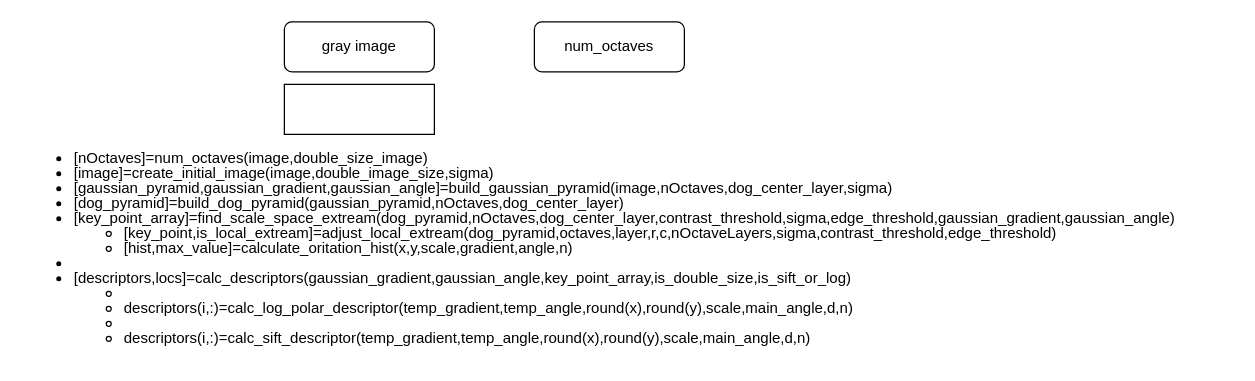
This is sift_orign.drawio from stidyhard/draw, a draw.io file, before an edit. Source tidied: cells renumbered, new cells numbered last; positions are measured from the earlier drawing's top-left corner, leaving out a move shared by most shapes. Both pictures are drawn from the tidied source at 125%, with x=0, y=0 at pixel (21, 21).
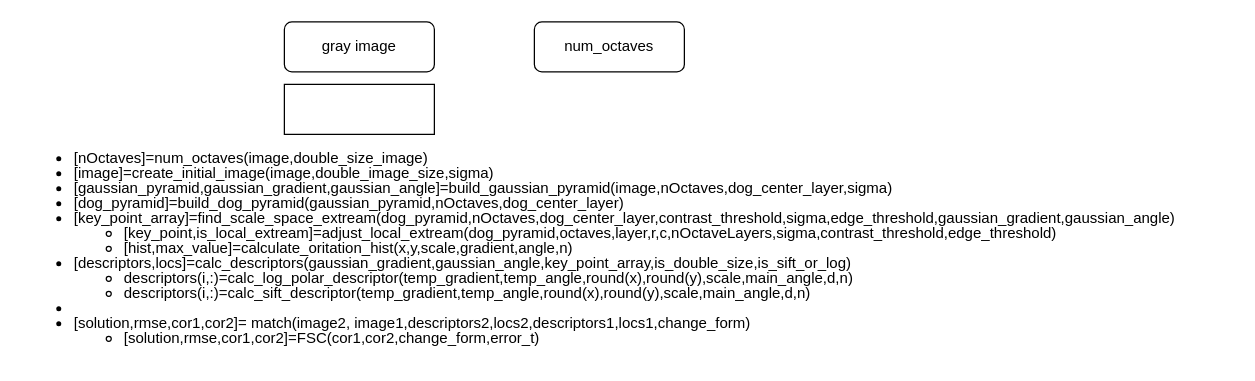
The same page after the edit.

What changed in the source:
```diff
@@
 <mxGraphModel>
   <root>
     <mxCell id="0" />
     <mxCell id="1" parent="0" />
     <mxCell id="2" value="gray image" style="rounded=1;whiteSpace=wrap;html=1;" parent="1" vertex="1">
       <mxGeometry x="210" width="120" height="40" as="geometry" />
     </mxCell>
     <mxCell id="3" value="num_octaves" style="rounded=1;whiteSpace=wrap;html=1;" parent="1" vertex="1">
       <mxGeometry x="410" width="120" height="40" as="geometry" />
     </mxCell>
     <mxCell id="4" style="rounded=0;whiteSpace=wrap;html=1;" parent="1" vertex="1">
       <mxGeometry x="210" y="50" width="120" height="40" as="geometry" />
     </mxCell>
-    <mxCell id="5" value="&lt;ul style=&quot;line-height: 100%;&quot;&gt;&lt;li&gt;[nOctaves]=num_octaves(image,double_size_image)&lt;/li&gt;&lt;li&gt;[image]=create_initial_image(image,double_image_size,sigma)&lt;/li&gt;&lt;li&gt;[gaussian_pyramid,gaussian_gradient,gaussian_angle]=build_gaussian_pyramid(image,nOctaves,dog_center_layer,sigma)&lt;/li&gt;&lt;li&gt;[dog_pyramid]=build_dog_pyramid(gaussian_pyramid,nOctaves,dog_center_layer)&lt;/li&gt;&lt;li&gt;[key_point_array]=find_scale_space_extream(dog_pyramid,nOctaves,dog_center_layer,contrast_threshold,sigma,edge_threshold,gaussian_gradient,gaussian_angle)&lt;/li&gt;&lt;ul&gt;&lt;li&gt;[key_point,is_local_extream]=adjust_local_extream(dog_pyramid,octaves,layer,r,c,nOctaveLayers,sigma,contrast_threshold,edge_threshold)&lt;/li&gt;&lt;li&gt;[hist,max_value]=calculate_oritation_hist(x,y,scale,gradient,angle,n)&lt;br&gt;&lt;/li&gt;&lt;/ul&gt;&lt;li&gt;&lt;/li&gt;&lt;li&gt;[descriptors,locs]=calc_descriptors(gaussian_gradient,gaussian_angle,key_point_array,is_double_size,is_sift_or_log)&lt;/li&gt;&lt;ul&gt;&lt;li&gt;&lt;/li&gt;&lt;li&gt;descriptors(i,:)=calc_log_polar_descriptor(temp_gradient,temp_angle,round(x),round(y),scale,main_angle,d,n)&lt;/li&gt;&lt;li&gt;&lt;/li&gt;&lt;li&gt;descriptors(i,:)=calc_sift_descriptor(temp_gradient,temp_angle,round(x),round(y),scale,main_angle,d,n)&lt;/li&gt;&lt;/ul&gt;&lt;/ul&gt;" style="text;html=1;align=left;verticalAlign=middle;whiteSpace=wrap;rounded=0;" parent="1" vertex="1">
+    <mxCell id="5" value="&lt;ul style=&quot;line-height: 100%;&quot;&gt;&lt;li&gt;[nOctaves]=num_octaves(image,double_size_image)&lt;/li&gt;&lt;li&gt;[image]=create_initial_image(image,double_image_size,sigma)&lt;/li&gt;&lt;li&gt;[gaussian_pyramid,gaussian_gradient,gaussian_angle]=build_gaussian_pyramid(image,nOctaves,dog_center_layer,sigma)&lt;/li&gt;&lt;li&gt;[dog_pyramid]=build_dog_pyramid(gaussian_pyramid,nOctaves,dog_center_layer)&lt;/li&gt;&lt;li&gt;[key_point_array]=find_scale_space_extream(dog_pyramid,nOctaves,dog_center_layer,contrast_threshold,sigma,edge_threshold,gaussian_gradient,gaussian_angle)&lt;/li&gt;&lt;ul&gt;&lt;li&gt;[key_point,is_local_extream]=adjust_local_extream(dog_pyramid,octaves,layer,r,c,nOctaveLayers,sigma,contrast_threshold,edge_threshold)&lt;/li&gt;&lt;li&gt;[hist,max_value]=calculate_oritation_hist(x,y,scale,gradient,angle,n)&lt;/li&gt;&lt;/ul&gt;&lt;li&gt;[descriptors,locs]=calc_descriptors(gaussian_gradient,gaussian_angle,key_point_array,is_double_size,is_sift_or_log)&lt;/li&gt;&lt;ul&gt;&lt;li&gt;descriptors(i,:)=calc_log_polar_descriptor(temp_gradient,temp_angle,round(x),round(y),scale,main_angle,d,n)&lt;/li&gt;&lt;li&gt;descriptors(i,:)=calc_sift_descriptor(temp_gradient,temp_angle,round(x),round(y),scale,main_angle,d,n)&lt;/li&gt;&lt;/ul&gt;&lt;li&gt;&lt;/li&gt;&lt;li&gt;[solution,rmse,cor1,cor2]= match(image2, image1,descriptors2,locs2,descriptors1,locs1,change_form)&lt;/li&gt;&lt;ul&gt;&lt;li&gt;[solution,rmse,cor1,cor2]=FSC(cor1,cor2,change_form,error_t)&lt;br&gt;&lt;/li&gt;&lt;/ul&gt;&lt;/ul&gt;" style="text;html=1;align=left;verticalAlign=middle;whiteSpace=wrap;rounded=0;" parent="1" vertex="1">
       <mxGeometry y="140" width="970" height="80" as="geometry" />
     </mxCell>
   </root>
 </mxGraphModel>
```
